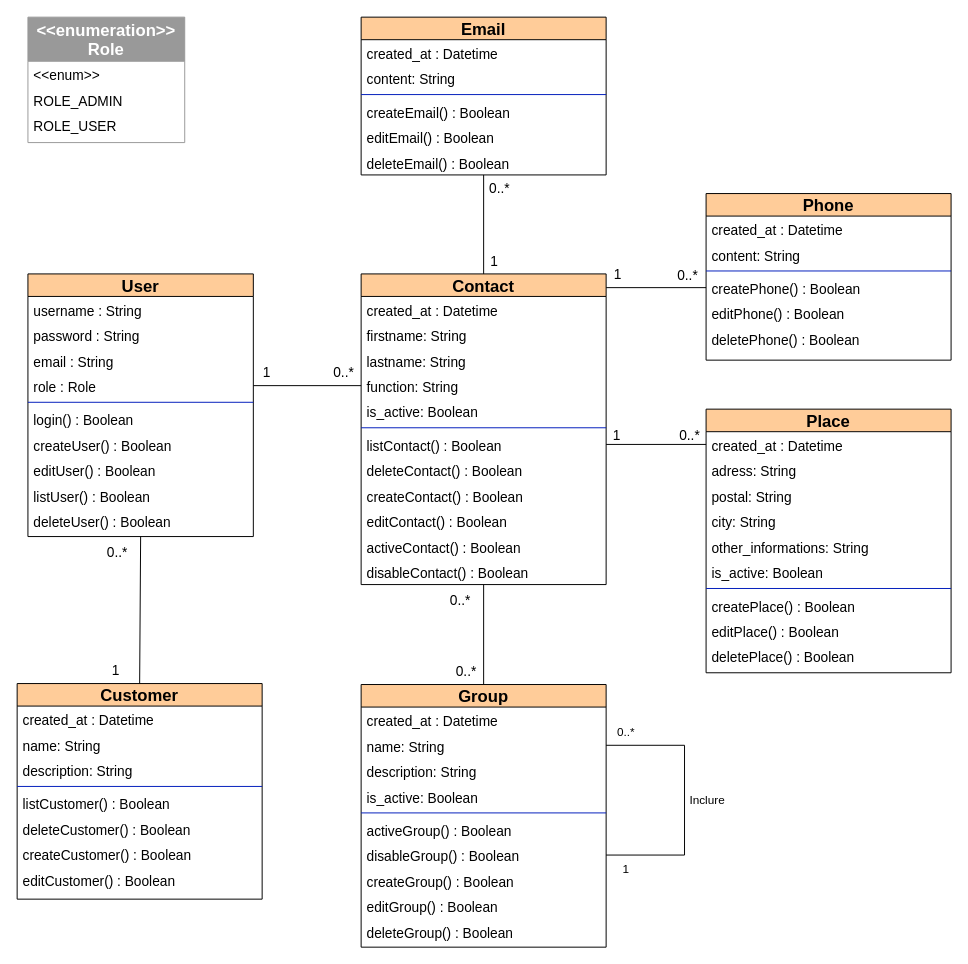
siakamansaly/ContactManager keeps this draw.io diagram as docs/sources/CM_DiagrammeClasses.drawio. Above is the earlier version. Source tidied: cells renumbered, new cells numbered last; positions are measured from the earlier drawing's top-left corner, leaving out a move shared by most shapes. Both pictures are drawn from the tidied source at 98%, with x=0, y=0 at pixel (17, 17).
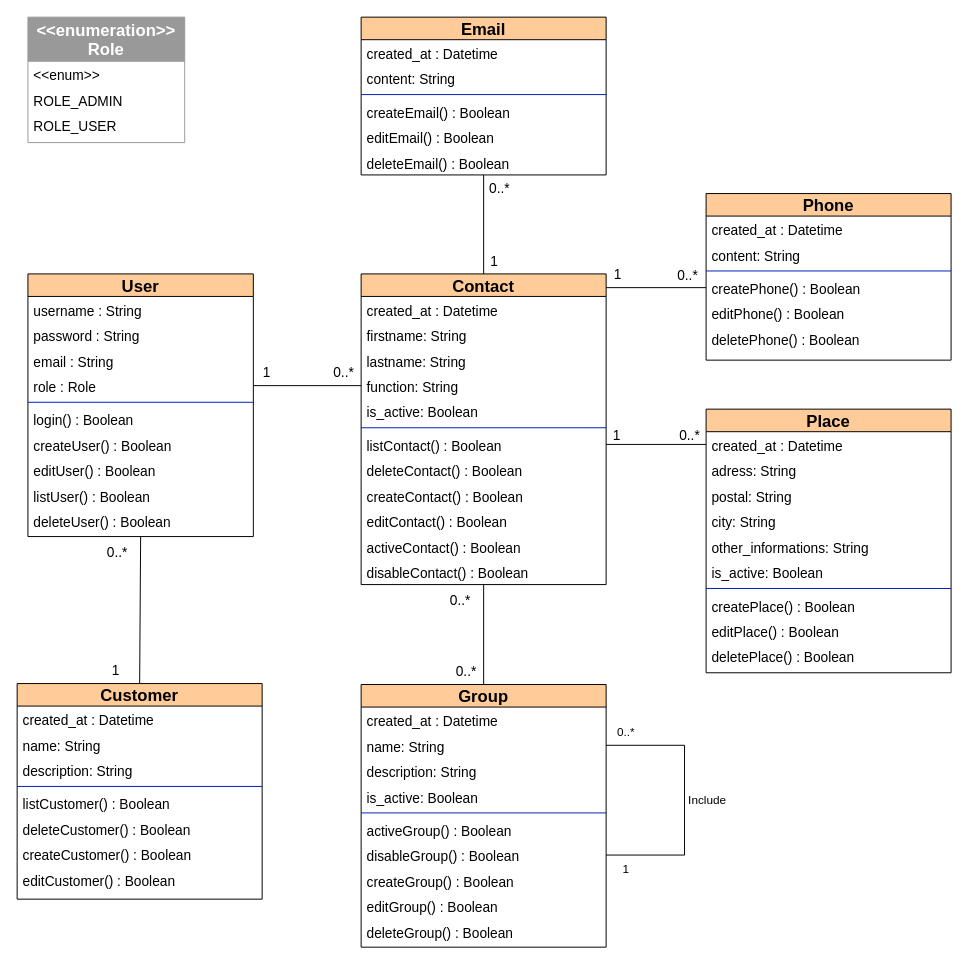
After the change.

Commit message:
edit source class diagram

Change to the diagram source:
```diff
@@
-    <mxCell id="97" value="Inclure" style="text;html=1;align=center;verticalAlign=middle;strokeColor=none;fillColor=none;" parent="1" vertex="1">
+    <mxCell id="97" value="Include" style="text;html=1;align=center;verticalAlign=middle;strokeColor=none;fillColor=none;" parent="1" vertex="1">
       <mxGeometry x="674" y="784" width="60" height="30" as="geometry" />
     </mxCell>
```
